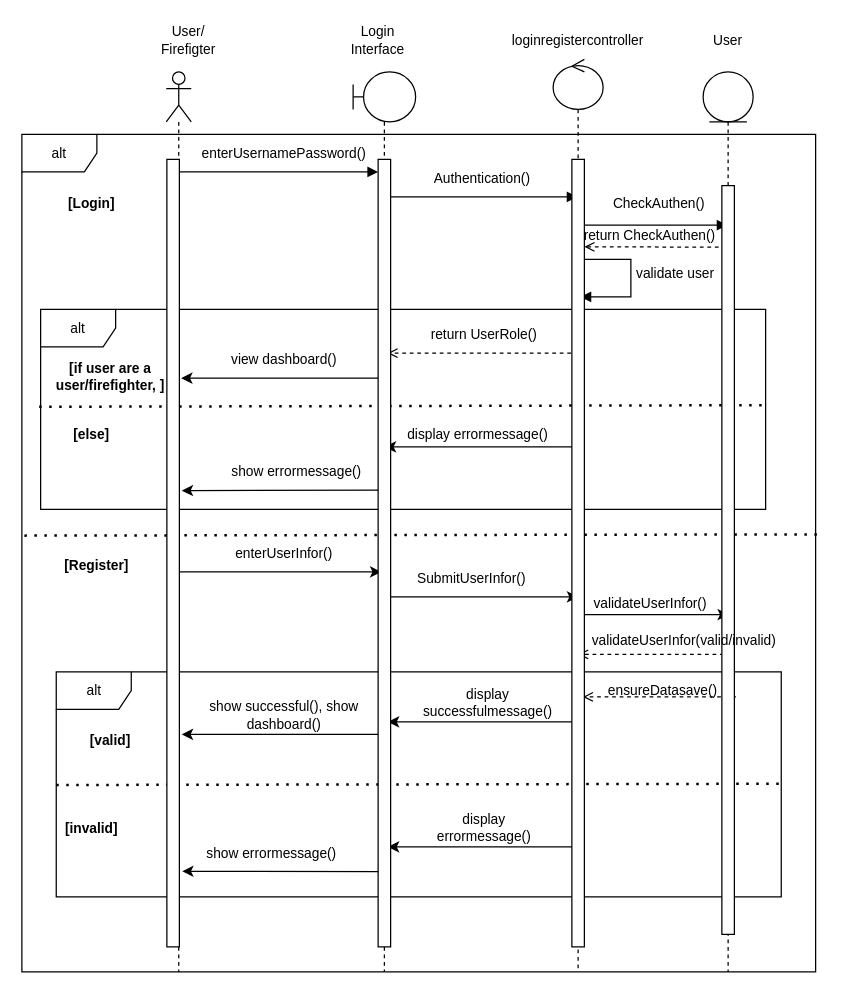
The draw.io diagram page "login SD" (4 of 21) of doc/PSM.drawio in SNFASA/AI-Fire-Monitoring-System, before the edit. Source tidied: cells renumbered, new cells numbered last; positions are measured from the earlier drawing's top-left corner, leaving out a move shared by most shapes. Both pictures are drawn from the tidied source at 125%, with x=0, y=0 at pixel (21, 21).
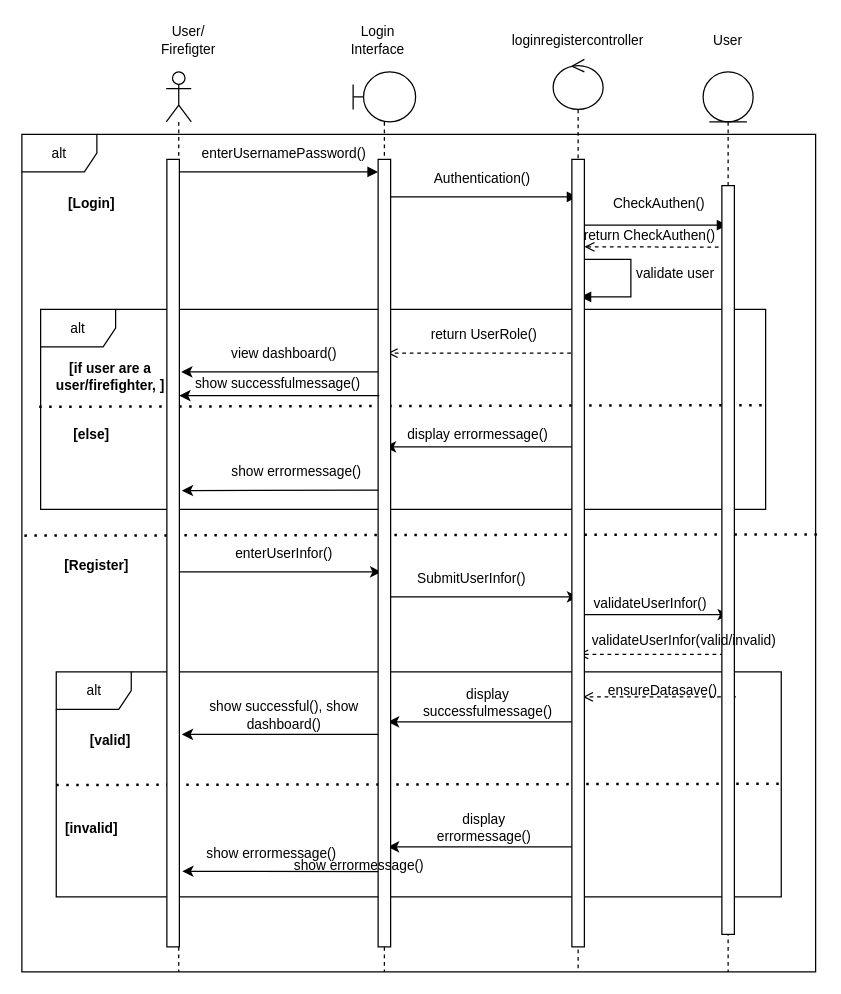
After the change.

Diff of the diagram source:
```diff
@@
     <mxCell id="19" value="view dashboard()" style="text;html=1;whiteSpace=wrap;strokeColor=none;fillColor=none;align=center;verticalAlign=middle;rounded=0;fontFamily=Helvetica;fontSize=11;fontColor=default;labelBackgroundColor=none;" parent="1" vertex="1">
-      <mxGeometry x="155" y="255" width="110" height="30" as="geometry" />
+      <mxGeometry x="155" y="250" width="110" height="30" as="geometry" />
     </mxCell>
@@
     <mxCell id="57" style="endArrow=classic;html=1;rounded=0;entryX=0.568;entryY=0.813;entryDx=0;entryDy=0;entryPerimeter=0;exitX=0.195;exitY=0.439;exitDx=0;exitDy=0;exitPerimeter=0;" parent="1" edge="1">
       <mxGeometry relative="1" as="geometry">
-        <mxPoint x="287.5" y="285" as="sourcePoint" />
-        <mxPoint x="127.5" y="285" as="targetPoint" />
+        <mxPoint x="287.5" y="280" as="sourcePoint" />
+        <mxPoint x="127.5" y="280" as="targetPoint" />
       </mxGeometry>
     </mxCell>
@@
+    <mxCell id="63" style="endArrow=classic;html=1;rounded=0;entryX=0.568;entryY=0.813;entryDx=0;entryDy=0;entryPerimeter=0;exitX=0.195;exitY=0.439;exitDx=0;exitDy=0;exitPerimeter=0;" parent="1" edge="1">
+      <mxGeometry relative="1" as="geometry">
+        <mxPoint x="286" y="299" as="sourcePoint" />
+        <mxPoint x="126" y="299" as="targetPoint" />
+      </mxGeometry>
+    </mxCell>
+    <mxCell id="64" value="show errormessage()" style="text;html=1;whiteSpace=wrap;strokeColor=none;fillColor=none;align=center;verticalAlign=middle;rounded=0;fontFamily=Helvetica;fontSize=11;fontColor=default;labelBackgroundColor=none;" parent="1" vertex="1">
+      <mxGeometry x="215" y="660" width="110" height="30" as="geometry" />
+    </mxCell>
+    <mxCell id="65" value="show successfulmessage()" style="text;html=1;whiteSpace=wrap;strokeColor=none;fillColor=none;align=center;verticalAlign=middle;rounded=0;fontFamily=Helvetica;fontSize=11;fontColor=default;labelBackgroundColor=none;" parent="1" vertex="1">
+      <mxGeometry x="135" y="274" width="140" height="30" as="geometry" />
+    </mxCell>
```
